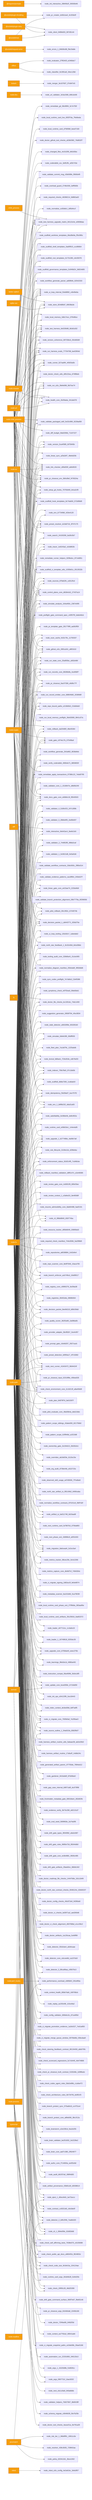
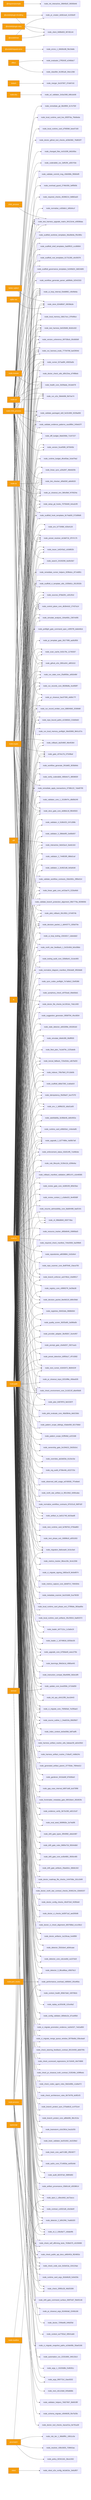
graph LR
  ext_inquirer_prompts_4d547149["@inquirer/prompts"] --> node_init_interactive_28845b2f_39350b46
  ext_octokit_plugin_retry_c9aecc53["@octokit/plugin-retry"] --> node_client_948fe603_907d5144
  ext_octokit_plugin_throttling_7909ece3["@octokit/plugin-throttling"] --> node_client_948fe603_907d5144
  ext_octokit_plugin_throttling_7909ece3["@octokit/plugin-throttling"] --> node_pr_creator_dc6b1ea4_4c333e0f
  ext_octokit_request_error_98ae13cc["@octokit/request-error"] --> node_errors_1_84b56c88_f9e19a8e
  ext_octokit_rest_c6e4d192["@octokit/rest"] --> node_client_948fe603_907d5144
  ext_octokit_rest_c6e4d192["@octokit/rest"] --> node_pr_creator_dc6b1ea4_4c333e0f
  ext_better_sqlite3_d7ed8f1a["better-sqlite3"] --> node_store_824d80d7_69038a3e
  ext_child_process_4845fa97["child_process"] --> node_test_harness_upgrade_matrix_84113c4e_e0838daa
  ext_diff_75a0ee1b["diff"] --> node_interactive_0eb42ac4_3ee6c3c6
  ext_effect_68d1dae1["effect"] --> node_classifier_fe1991a9_34ec128d
  ext_effect_68d1dae1["effect"] --> node_evaluator_27f6343f_e2466dc7
  ext_fs_3f4bb586["fs"] --> node_doctor_file_checks_bc1301dc_74dc1400
  ext_lodash_901466a5["lodash"] --> node_merger_3e167607_07e847e5
  ext_node_child_process_f62b7d19["node:child_process"] --> node_branch_enforcer_acb749cd_10e89517
  ext_node_child_process_f62b7d19["node:child_process"] --> node_changed_files_4c0102f6_bfd165bc
  ext_node_child_process_f62b7d19["node:child_process"] --> node_check_environment_core_2c16213f_a8a456d9
  ext_node_child_process_f62b7d19["node:child_process"] --> node_ci_migrate_core_7005b5af_7e295ae3
  ext_node_child_process_f62b7d19["node:child_process"] --> node_control_plane_core_db3b4cb2_27437a14
  ext_node_child_process_f62b7d19["node:child_process"] --> node_diff_budget_9da0268d_71167227
  ext_node_child_process_f62b7d19["node:child_process"] --> node_docs_gate_core_eb9b6c18_f8540503
  ext_node_child_process_f62b7d19["node:child_process"] --> node_doctor_check_utils_d0fc22ea_d74f86eb
  ext_node_child_process_f62b7d19["node:child_process"] --> node_doctor_github_tool_checks_a53b0382_76d832f7
  ext_node_child_process_f62b7d19["node:child_process"] --> node_github_e2e_2891a341_af6f1610
  ext_node_child_process_f62b7d19["node:child_process"] --> node_health_core_2b2fdada_341de678
  ext_node_child_process_f62b7d19["node:child_process"] --> node_linear_gate_core_a415ae74_222bd4b9
  ext_node_child_process_f62b7d19["node:child_process"] --> node_link_checker_d0fa555f_abfe9020
  ext_node_child_process_f62b7d19["node:child_process"] --> node_local_memory_0db17ecc_97fe98ce
  ext_node_child_process_f62b7d19["node:child_process"] --> node_local_runtime_card_d7fd59bf_beed7160
  ext_node_child_process_f62b7d19["node:child_process"] --> node_local_runtime_card_live_65f2f7da_7feb6eda
  ext_node_child_process_f62b7d19["node:child_process"] --> node_next_runner_41643472_9b94424f
  ext_node_child_process_f62b7d19["node:child_process"] --> node_pr_closeout_0ac07306_e8d9c77f
  ext_node_child_process_f62b7d19["node:child_process"] --> node_pr_closeout_env_9bfcd9ef_f476024a
  ext_node_child_process_f62b7d19["node:child_process"] --> node_remediate_git_58c6f6f4_3c7e755f
  ext_node_child_process_f62b7d19["node:child_process"] --> node_run_e2e_39efe696_fb07ee74
  ext_node_child_process_f62b7d19["node:child_process"] --> node_run_harness_evals_77704768_ba42904d
  ext_node_child_process_f62b7d19["node:child_process"] --> node_runner_527aa9f4_40925a5b
  ext_node_child_process_f62b7d19["node:child_process"] --> node_scaffold_hook_templates_8c74ab50_572d99d9
  ext_node_child_process_f62b7d19["node:child_process"] --> node_search_24193290_6a30c5b7
  ext_node_child_process_f62b7d19["node:child_process"] --> node_setup_git_hooks_70750d40_b4ca2cf9
  ext_node_child_process_f62b7d19["node:child_process"] --> node_test_harness_6e520b98_6b3d1d32
  ext_node_child_process_f62b7d19["node:child_process"] --> node_test_harness_upgrade_matrix_84113c4e_e0838daa
  ext_node_child_process_f62b7d19["node:child_process"] --> node_ui_loop_internal_f2eb8892_c4b49e6a
  ext_node_child_process_f62b7d19["node:child_process"] --> node_validate_commit_msg_43b008fe_f9560ef9
+   ext_node_child_process_f62b7d19["node:child_process"] --> node_validate_evidence_patterns_cacd9fb4_240eb37f
  ext_node_child_process_f62b7d19["node:child_process"] --> node_validate_packaged_skill_5e32c890_9228ad58
  ext_node_child_process_f62b7d19["node:child_process"] --> node_version_coherence_69733bcb_00c8d5d9
  ext_node_crypto_c7dfc512["node:crypto"] --> node_artifact_io_ba511748_6d1faad8
  ext_node_crypto_c7dfc512["node:crypto"] --> node_check_environment_core_2c16213f_a8a456d9
  ext_node_crypto_c7dfc512["node:crypto"] --> node_ci_migrate_signing_2d82ac3f_9e5e8974
  ext_node_crypto_c7dfc512["node:crypto"] --> node_control_plane_core_db3b4cb2_27437a14
  ext_node_crypto_c7dfc512["node:crypto"] --> node_decision_packet_1_dd443771_92fa570e
  ext_node_crypto_c7dfc512["node:crypto"] --> node_decision_packet_8ee9d119_b89c59dd
  ext_node_crypto_c7dfc512["node:crypto"] --> node_docs_gate_core_eb9b6c18_f8540503
  ext_node_crypto_c7dfc512["node:crypto"] --> node_enforcement_status_92d314f5_7cd48cbe
  ext_node_crypto_c7dfc512["node:crypto"] --> node_env_b77349bf_420e4120
  ext_node_crypto_c7dfc512["node:crypto"] --> node_gate_c974e17b_07549baf
  ext_node_crypto_c7dfc512["node:crypto"] --> node_idempotency_f5d39a07_bce757f2
  ext_node_crypto_c7dfc512["node:crypto"] --> node_indexer_70fa78e5_97c1bb0b
  ext_node_crypto_c7dfc512["node:crypto"] --> node_lexical_fallback_723e2b3e_cdb7bd33
  ext_node_crypto_c7dfc512["node:crypto"] --> node_linear_sync_a2fa2bf7_48e6d20b
  ext_node_crypto_c7dfc512["node:crypto"] --> node_link_checker_d0fa555f_abfe9020
  ext_node_crypto_c7dfc512["node:crypto"] --> node_migration_8a6cead4_3c3cc0a4
  ext_node_crypto_c7dfc512["node:crypto"] --> node_normalise_cc83ddc1_b95d4ccf
  ext_node_crypto_c7dfc512["node:crypto"] --> node_normalize_diagram_manifest_259cbddf_3f92b8d6
  ext_node_crypto_c7dfc512["node:crypto"] --> node_north_star_feedback_1_9c32c60d_b0cd38dc
  ext_node_crypto_c7dfc512["node:crypto"] --> node_pilot_rollback_00c1f82c_b744974b
  ext_node_crypto_c7dfc512["node:crypto"] --> node_preset_resolver_dc3dd716_3f747c75
  ext_node_crypto_c7dfc512["node:crypto"] --> node_remediate_apply_transactions_0738b122_7ebd0795
  ext_node_crypto_c7dfc512["node:crypto"] --> node_required_checks_46396214_9d882ad3
  ext_node_crypto_c7dfc512["node:crypto"] --> node_rollback_da25480f_48e45364
  ext_node_crypto_c7dfc512["node:crypto"] --> node_run_record_emitter_core_688049d5_2036fd6f
  ext_node_crypto_c7dfc512["node:crypto"] --> node_run_records_core_89286dfa_4ce958f7
  ext_node_crypto_c7dfc512["node:crypto"] --> node_run_state_core_25a955bc_a562e9bf
  ext_node_crypto_c7dfc512["node:crypto"] --> node_scan_cache_fc02c79c_11793337
  ext_node_crypto_c7dfc512["node:crypto"] --> node_simulate_analysis_164a460c_2367e095
  ext_node_crypto_c7dfc512["node:crypto"] --> node_sources_878a52fc_cd312fcd
  ext_node_crypto_c7dfc512["node:crypto"] --> node_test_harness_upgrade_matrix_84113c4e_e0838daa
  ext_node_crypto_c7dfc512["node:crypto"] --> node_tracer_1e6243a2_cb3d802b
  ext_node_crypto_c7dfc512["node:crypto"] --> node_ui_loop_internal_f2eb8892_c4b49e6a
  ext_node_crypto_c7dfc512["node:crypto"] --> node_upgrade_1_b277486e_4a06b7a8
  ext_node_dns_828a0bbf["node:dns"] --> node_url_validator_3c5a1568_b9b1dc66
  ext_node_fs_a15b7d96["node:fs"] --> node_artifact_io_ba511748_6d1faad8
  ext_node_fs_a15b7d96["node:fs"] --> node_artifact_provenance_03b81cbf_d3038614
  ext_node_fs_a15b7d96["node:fs"] --> node_audit_b81f37a0_398f4d93
  ext_node_fs_a15b7d96["node:fs"] --> node_authz_core_f714650a_ee0f2e9d
  ext_node_fs_a15b7d96["node:fs"] --> node_brain_core_aa07c380_2f924977
  ext_node_fs_a15b7d96["node:fs"] --> node_brain_validator_be251832_2e2228e2
  ext_node_fs_a15b7d96["node:fs"] --> node_brainstorm_e2e2381d_fea1b255
  ext_node_fs_a15b7d96["node:fs"] --> node_branch_enforcer_acb749cd_10e89517
  ext_node_fs_a15b7d96["node:fs"] --> node_branch_protect_core_a8feb0fd_38c1f12a
  ext_node_fs_a15b7d96["node:fs"] --> node_branch_protect_sync_570adb18_cc4751e4
  ext_node_fs_a15b7d96["node:fs"] --> node_check_20f65c28_48d25399
  ext_node_fs_a15b7d96["node:fs"] --> node_check_architecture_rules_6b7347fd_dc8f2cf3
  ext_node_fs_a15b7d96["node:fs"] --> node_check_code_size_9c5efc3a_154124ae
  ext_node_fs_a15b7d96["node:fs"] --> node_check_codex_agent_roles_5bb2e89b_c1a9a472
  ext_node_fs_a15b7d96["node:fs"] --> node_check_environment_core_2c16213f_a8a456d9
  ext_node_fs_a15b7d96["node:fs"] --> node_check_pr_closeout_truth_contract_f135348c_b39f6edc
  ext_node_fs_a15b7d96["node:fs"] --> node_check_public_api_docs_a9604f1b_f824853c
  ext_node_fs_a15b7d96["node:fs"] --> node_check_scorecard_regressions_5c7c6445_4b474868
  ext_node_fs_a15b7d96["node:fs"] --> node_check_self_affirming_tests_7638e575_c6155698
  ext_node_fs_a15b7d96["node:fs"] --> node_check_steering_feedback_contract_80134459_abb076fc
  ext_node_fs_a15b7d96["node:fs"] --> node_ci_migrate_core_7005b5af_7e295ae3
  ext_node_fs_a15b7d96["node:fs"] --> node_ci_migrate_merge_queue_window_0070bd6d_03bcdaa9
  ext_node_fs_a15b7d96["node:fs"] --> node_ci_migrate_promotion_evidence_1a2dc527_7ed1a850
-   ext_node_fs_a15b7d96["node:fs"] --> node_cli_1_084e05fe_02d92b68
+   ext_node_fs_a15b7d96["node:fs"] --> node_cli_2_10bc8a77_c6dab4fb
  ext_node_fs_a15b7d96["node:fs"] --> node_cli_99bb8840_659774ba
  ext_node_fs_a15b7d96["node:fs"] --> node_config_validator_669ebc2e_d7ca485d
  ext_node_fs_a15b7d96["node:fs"] --> node_context_health_80bb7da9_169768cb
  ext_node_fs_a15b7d96["node:fs"] --> node_contract_cc8321d6_c0e3de0f
  ext_node_fs_a15b7d96["node:fs"] --> node_control_plane_core_db3b4cb2_27437a14
  ext_node_fs_a15b7d96["node:fs"] --> node_decision_packet_1_dd443771_92fa570e
  ext_node_fs_a15b7d96["node:fs"] --> node_decision_packet_8ee9d119_b89c59dd
  ext_node_fs_a15b7d96["node:fs"] --> node_detector_2_b0fc2f46_7ea6b320
  ext_node_fs_a15b7d96["node:fs"] --> node_detector_3_86ca96aa_c95676c3
  ext_node_fs_a15b7d96["node:fs"] --> node_detector_core_cdccee8d_ca107dc8
  ext_node_fs_a15b7d96["node:fs"] --> node_detector_f2b3cbe4_a0d4caae
  ext_node_fs_a15b7d96["node:fs"] --> node_diff_budget_9da0268d_71167227
  ext_node_fs_a15b7d96["node:fs"] --> node_docs_gate_core_eb9b6c18_f8540503
  ext_node_fs_a15b7d96["node:fs"] --> node_doctor_artifacts_1a126caa_fcefdf99
  ext_node_fs_a15b7d96["node:fs"] --> node_doctor_check_utils_d0fc22ea_d74f86eb
  ext_node_fs_a15b7d96["node:fs"] --> node_doctor_ci_check_alignment_d50768bd_e1cc59c2
  ext_node_fs_a15b7d96["node:fs"] --> node_doctor_ci_checks_bd3971a2_aed260d6
  ext_node_fs_a15b7d96["node:fs"] --> node_doctor_config_checks_49c872e0_f42fb5e8
  ext_node_fs_a15b7d96["node:fs"] --> node_doctor_file_checks_bc1301dc_74dc1400
  ext_node_fs_a15b7d96["node:fs"] --> node_doctor_north_star_contract_checks_0048124c_02b00237
  ext_node_fs_a15b7d96["node:fs"] --> node_doctor_roadmap_file_checks_14447b8e_2d1c2d49
  ext_node_fs_a15b7d96["node:fs"] --> node_drift_gate_artifacts_29aeb0cc_86b9c342
  ext_node_fs_a15b7d96["node:fs"] --> node_drift_gate_core_ec6b4881_9500c485
  ext_node_fs_a15b7d96["node:fs"] --> node_drift_gate_rules_9685e72d_95044db0
  ext_node_fs_a15b7d96["node:fs"] --> node_drift_gate_types_3f045f82_a9a3c987
  ext_node_fs_a15b7d96["node:fs"] --> node_eject_1_d0ecd4d1_ba72accc
  ext_node_fs_a15b7d96["node:fs"] --> node_enforcement_status_92d314f5_7cd48cbe
  ext_node_fs_a15b7d96["node:fs"] --> node_env_1_b6f6b232_dda31a93
  ext_node_fs_a15b7d96["node:fs"] --> node_env_b77349bf_420e4120
  ext_node_fs_a15b7d96["node:fs"] --> node_eval_seed_5699fd3e_2a74a5f6
  ext_node_fs_a15b7d96["node:fs"] --> node_evidence_verify_3b73c290_e82131d7
  ext_node_fs_a15b7d96["node:fs"] --> node_fleet_plan_7a1dd79c_1225abdb
  ext_node_fs_a15b7d96["node:fs"] --> node_frontmatter_metadata_gate_6901bbe4_282d02fe
  ext_node_fs_a15b7d96["node:fs"] --> node_gap_case_internal_b9871ddf_dcd73f98
  ext_node_fs_a15b7d96["node:fs"] --> node_gardener_9416a9df_87b06be0
  ext_node_fs_a15b7d96["node:fs"] --> node_gate_c974e17b_07549baf
  ext_node_fs_a15b7d96["node:fs"] --> node_generated_artifact_parent_1f7755de_7894ed12
  ext_node_fs_a15b7d96["node:fs"] --> node_github_e2e_2891a341_af6f1610
  ext_node_fs_a15b7d96["node:fs"] --> node_harness_artifact_routine_17afacff_14dbb24c
  ext_node_fs_a15b7d96["node:fs"] --> node_harness_artifact_routine_utils_5abaac59_ab2e20b3
  ext_node_fs_a15b7d96["node:fs"] --> node_health_core_2b2fdada_341de678
  ext_node_fs_a15b7d96["node:fs"] --> node_idempotency_f5d39a07_bce757f2
  ext_node_fs_a15b7d96["node:fs"] --> node_index_context_de3ed39d_6df7adf5
  ext_node_fs_a15b7d96["node:fs"] --> node_indexer_70fa78e5_97c1bb0b
  ext_node_fs_a15b7d96["node:fs"] --> node_init_ops_e54123f9_3ce18443
  ext_node_fs_a15b7d96["node:fs"] --> node_instruction_compat_06a469fd_3b3e1df0
  ext_node_fs_a15b7d96["node:fs"] --> node_interactive_0eb42ac4_3ee6c3c6
  ext_node_fs_a15b7d96["node:fs"] --> node_learnings_9feb3e1d_4980a445
  ext_node_fs_a15b7d96["node:fs"] --> node_lexical_fallback_723e2b3e_cdb7bd33
  ext_node_fs_a15b7d96["node:fs"] --> node_linear_gate_core_a415ae74_222bd4b9
  ext_node_fs_a15b7d96["node:fs"] --> node_linear_sync_a2fa2bf7_48e6d20b
  ext_node_fs_a15b7d96["node:fs"] --> node_link_checker_d0fa555f_abfe9020
  ext_node_fs_a15b7d96["node:fs"] --> node_loader_1_16749818_9255dc35
  ext_node_fs_a15b7d96["node:fs"] --> node_loader_d47712cc_1c3a0e19
  ext_node_fs_a15b7d96["node:fs"] --> node_local_memory_0db17ecc_97fe98ce
  ext_node_fs_a15b7d96["node:fs"] --> node_local_runtime_card_artifacts_35c25816_0ad02372
  ext_node_fs_a15b7d96["node:fs"] --> node_local_runtime_card_phase_exit_275ffa9a_383aa95e
  ext_node_fs_a15b7d96["node:fs"] --> node_metadata_scanner_6a101b66_5ca79039
  ext_node_fs_a15b7d96["node:fs"] --> node_metrics_capture_core_db4bf7cf_7494304c
  ext_node_fs_a15b7d96["node:fs"] --> node_metrics_tracker_98cec29c_9c4c2266
  ext_node_fs_a15b7d96["node:fs"] --> node_migration_8a6cead4_3c3cc0a4
  ext_node_fs_a15b7d96["node:fs"] --> node_next_phase_exit_1fd996c9_a5f31003
  ext_node_fs_a15b7d96["node:fs"] --> node_next_runner_41643472_9b94424f
  ext_node_fs_a15b7d96["node:fs"] --> node_next_runtime_card_fa7867b3_0756a883
  ext_node_fs_a15b7d96["node:fs"] --> node_normalize_diagram_manifest_259cbddf_3f92b8d6
  ext_node_fs_a15b7d96["node:fs"] --> node_normalize_workflow_contracts_8701f1c8_0fdf7d2f
  ext_node_fs_a15b7d96["node:fs"] --> node_north_star_artifact_io_9f2c34b2_6490caba
  ext_node_fs_a15b7d96["node:fs"] --> node_north_star_feedback_1_9c32c60d_b0cd38dc
  ext_node_fs_a15b7d96["node:fs"] --> node_observed_skill_usage_ed7d5930_7f7edbe6
  ext_node_fs_a15b7d96["node:fs"] --> node_org_audit_d739e44b_e522723c
  ext_node_fs_a15b7d96["node:fs"] --> node_overrides_ab2dd33e_6115e15e
  ext_node_fs_a15b7d96["node:fs"] --> node_ownership_gate_2e194d13_2b02b2e1
  ext_node_fs_a15b7d96["node:fs"] --> node_pattern_scope_61ff946d_a1f21fd8
  ext_node_fs_a15b7d96["node:fs"] --> node_pattern_scope_siblings_43abe000_821756b0
  ext_node_fs_a15b7d96["node:fs"] --> node_pilot_evaluate_core_48a59b4a_deb218dc
  ext_node_fs_a15b7d96["node:fs"] --> node_pilot_rollback_00c1f82c_b744974b
  ext_node_fs_a15b7d96["node:fs"] --> node_plan_64879f7d_9e01597f
  ext_node_fs_a15b7d96["node:fs"] --> node_pr_closeout_0ac07306_e8d9c77f
  ext_node_fs_a15b7d96["node:fs"] --> node_pr_closeout_env_9bfcd9ef_f476024a
  ext_node_fs_a15b7d96["node:fs"] --> node_pr_closeout_input_02319f8e_456ea535
  ext_node_fs_a15b7d96["node:fs"] --> node_pr_template_gate_281778f9_aa0b3f59
  ext_node_fs_a15b7d96["node:fs"] --> node_preflight_gate_command_spec_c45f57f0_bdeb46cb
  ext_node_fs_a15b7d96["node:fs"] --> node_preset_detection_b0f00a17_4f7c5082
  ext_node_fs_a15b7d96["node:fs"] --> node_preset_resolver_dc3dd716_3f747c75
  ext_node_fs_a15b7d96["node:fs"] --> node_prompt_gate_c5e9d207_2927cacb
  ext_node_fs_a15b7d96["node:fs"] --> node_provider_adapter_3bcf82b7_3ce4cf67
  ext_node_fs_a15b7d96["node:fs"] --> node_quality_scorer_362f2a90_2a086a0b
  ext_node_fs_a15b7d96["node:fs"] --> node_registries_06402afa_0868b564
  ext_node_fs_a15b7d96["node:fs"] --> node_registry_core_c9990279_3e2fda38
  ext_node_fs_a15b7d96["node:fs"] --> node_remediate_apply_transactions_0738b122_7ebd0795
  ext_node_fs_a15b7d96["node:fs"] --> node_remediate_runner_helpers_929fedcc_8714d951
  ext_node_fs_a15b7d96["node:fs"] --> node_repo_bound_paths_e218b5b3_216d0eb0
  ext_node_fs_a15b7d96["node:fs"] --> node_repo_scanner_core_8e9f7646_10aca705
  ext_node_fs_a15b7d96["node:fs"] --> node_repositories_a8038884_2c62efe4
  ext_node_fs_a15b7d96["node:fs"] --> node_required_check_manifest_744e3936_5a20f8d5
  ext_node_fs_a15b7d96["node:fs"] --> node_resource_tracker_d95b6649_20895bd3
  ext_node_fs_a15b7d96["node:fs"] --> node_resume_admissibility_core_8ab84488_faaf2191
  ext_node_fs_a15b7d96["node:fs"] --> node_review_context_1_e3afed15_9e46568f
  ext_node_fs_a15b7d96["node:fs"] --> node_review_gate_core_4c8001f9_809cf3ee
  ext_node_fs_a15b7d96["node:fs"] --> node_rollback_da25480f_48e45364
  ext_node_fs_a15b7d96["node:fs"] --> node_rollback_manifest_validation_d8f5147c_e2e46585
  ext_node_fs_a15b7d96["node:fs"] --> node_rule_lifecycle_3130e11b_d296efac
  ext_node_fs_a15b7d96["node:fs"] --> node_run_e2e_39efe696_fb07ee74
  ext_node_fs_a15b7d96["node:fs"] --> node_run_harness_evals_77704768_ba42904d
  ext_node_fs_a15b7d96["node:fs"] --> node_run_record_emitter_core_688049d5_2036fd6f
  ext_node_fs_a15b7d96["node:fs"] --> node_run_records_core_89286dfa_4ce958f7
  ext_node_fs_a15b7d96["node:fs"] --> node_run_state_core_25a955bc_a562e9bf
  ext_node_fs_a15b7d96["node:fs"] --> node_runner_527aa9f4_40925a5b
+   ext_node_fs_a15b7d96["node:fs"] --> node_runtime_budget_dfce83ae_5cbd79a2
  ext_node_fs_a15b7d96["node:fs"] --> node_runtime_card_e06b53e1_144e4a95
  ext_node_fs_a15b7d96["node:fs"] --> node_satisfiability_6c08de4b_de8c902a
  ext_node_fs_a15b7d96["node:fs"] --> node_scaffold_ci_template_utils_1035b61c_0513532b
  ext_node_fs_a15b7d96["node:fs"] --> node_scaffold_db8a7260_1ca6adc9
  ext_node_fs_a15b7d96["node:fs"] --> node_scaffold_governance_templates_5c949d24_3d624d65
  ext_node_fs_a15b7d96["node:fs"] --> node_scaffold_hook_templates_8c74ab50_572d99d9
  ext_node_fs_a15b7d96["node:fs"] --> node_scaffold_root_templates_61731280_c6c59378
  ext_node_fs_a15b7d96["node:fs"] --> node_scaffold_shell_templates_0ad0f915_ccc86664
  ext_node_fs_a15b7d96["node:fs"] --> node_scaffold_worktree_templates_66a38e9a_ff3c085c
  ext_node_fs_a15b7d96["node:fs"] --> node_scan_cache_fc02c79c_11793337
  ext_node_fs_a15b7d96["node:fs"] --> node_setup_git_hooks_70750d40_b4ca2cf9
  ext_node_fs_a15b7d96["node:fs"] --> node_simulate_analysis_164a460c_2367e095
  ext_node_fs_a15b7d96["node:fs"] --> node_simulate_b9efe395_90dff935
  ext_node_fs_a15b7d96["node:fs"] --> node_source_outline_1_54a631fa_8582fb07
  ext_node_fs_a15b7d96["node:fs"] --> node_sources_878a52fc_cd312fcd
  ext_node_fs_a15b7d96["node:fs"] --> node_stale_detector_a563289e_653281b0
  ext_node_fs_a15b7d96["node:fs"] --> node_store_824d80d7_69038a3e
  ext_node_fs_a15b7d96["node:fs"] --> node_suggestion_generator_0956f794_4fce3834
  ext_node_fs_a15b7d96["node:fs"] --> node_symphony_check_e97f2ea0_09eb5bd1
  ext_node_fs_a15b7d96["node:fs"] --> node_sync_codex_preflight_7e7a8dc2_f2ef0386
  ext_node_fs_a15b7d96["node:fs"] --> node_test_harness_6e520b98_6b3d1d32
  ext_node_fs_a15b7d96["node:fs"] --> node_test_harness_upgrade_matrix_84113c4e_e0838daa
  ext_node_fs_a15b7d96["node:fs"] --> node_tooling_audit_core_328d6a41_01cbc905
  ext_node_fs_a15b7d96["node:fs"] --> node_tracer_1e6243a2_cb3d802b
  ext_node_fs_a15b7d96["node:fs"] --> node_ui_loop_internal_f2eb8892_c4b49e6a
  ext_node_fs_a15b7d96["node:fs"] --> node_ui_loop_tooling_12b2d2c7_1abedab2
  ext_node_fs_a15b7d96["node:fs"] --> node_update_core_bced358c_b710dd59
  ext_node_fs_a15b7d96["node:fs"] --> node_upgrade_1_b277486e_4a06b7a8
  ext_node_fs_a15b7d96["node:fs"] --> node_upgrade_core_b759da40_eeec275b
  ext_node_fs_a15b7d96["node:fs"] --> node_validate_branch_protection_alignment_09b7779a_6f299056
  ext_node_fs_a15b7d96["node:fs"] --> node_validate_commit_msg_43b008fe_f9560ef9
  ext_node_fs_a15b7d96["node:fs"] --> node_validate_evidence_patterns_cacd9fb4_240eb37f
  ext_node_fs_a15b7d96["node:fs"] --> node_validate_packaged_skill_5e32c890_9228ad58
  ext_node_fs_a15b7d96["node:fs"] --> node_validate_workflow_contracts_33dc063c_2f80e314
  ext_node_fs_a15b7d96["node:fs"] --> node_validator_1_0c0621d8_0e5afcb6
  ext_node_fs_a15b7d96["node:fs"] --> node_validator_2_744853f5_98bb2caf
  ext_node_fs_a15b7d96["node:fs"] --> node_validator_3_28b6e9f3_2ed5b007
  ext_node_fs_a15b7d96["node:fs"] --> node_validator_4_5180cf23_247c289b
  ext_node_fs_a15b7d96["node:fs"] --> node_validator_core_1_1518647e_d8d0b249
  ext_node_fs_a15b7d96["node:fs"] --> node_verify_coderabbit_490b4e71_8859655f
  ext_node_fs_a15b7d96["node:fs"] --> node_version_5ca4f385_fd75945b
  ext_node_fs_a15b7d96["node:fs"] --> node_version_coherence_69733bcb_00c8d5d9
  ext_node_fs_a15b7d96["node:fs"] --> node_workflow_generate_2fc0af62_803bbfeb
  ext_node_fs_a15b7d96["node:fs"] --> node_workflow_generate_parser_ad69fefe_62542333
  ext_node_module_ca1b42af["node:module"] --> node_health_core_2b2fdada_341de678
  ext_node_os_d93fe73a["node:os"] --> node_env_1_b6f6b232_dda31a93
  ext_node_os_d93fe73a["node:os"] --> node_github_e2e_2891a341_af6f1610
  ext_node_os_d93fe73a["node:os"] --> node_link_checker_d0fa555f_abfe9020
  ext_node_os_d93fe73a["node:os"] --> node_overload_guard_2748c559_3eff560b
  ext_node_os_d93fe73a["node:os"] --> node_performance_overload_c685bfcf_291ef65a
  ext_node_os_d93fe73a["node:os"] --> node_pr_closeout_env_9bfcd9ef_f476024a
  ext_node_os_d93fe73a["node:os"] --> node_runner_527aa9f4_40925a5b
  ext_node_os_d93fe73a["node:os"] --> node_test_harness_6e520b98_6b3d1d32
  ext_node_os_d93fe73a["node:os"] --> node_test_harness_upgrade_matrix_84113c4e_e0838daa
  ext_node_path_78811c13["node:path"] --> node_args_090772cf_1bac9202
  ext_node_path_78811c13["node:path"] --> node_args_1_15220d9b_f1d9281c
  ext_node_path_78811c13["node:path"] --> node_artifact_io_ba511748_6d1faad8
  ext_node_path_78811c13["node:path"] --> node_artifact_provenance_03b81cbf_d3038614
  ext_node_path_78811c13["node:path"] --> node_audit_b81f37a0_398f4d93
  ext_node_path_78811c13["node:path"] --> node_authz_core_f714650a_ee0f2e9d
  ext_node_path_78811c13["node:path"] --> node_automation_run_22331800_346133c3
  ext_node_path_78811c13["node:path"] --> node_brain_core_aa07c380_2f924977
  ext_node_path_78811c13["node:path"] --> node_brain_validator_be251832_2e2228e2
  ext_node_path_78811c13["node:path"] --> node_brainstorm_e2e2381d_fea1b255
  ext_node_path_78811c13["node:path"] --> node_branch_enforcer_acb749cd_10e89517
  ext_node_path_78811c13["node:path"] --> node_branch_protect_core_a8feb0fd_38c1f12a
  ext_node_path_78811c13["node:path"] --> node_branch_protect_sync_570adb18_cc4751e4
  ext_node_path_78811c13["node:path"] --> node_check_20f65c28_48d25399
  ext_node_path_78811c13["node:path"] --> node_check_architecture_rules_6b7347fd_dc8f2cf3
  ext_node_path_78811c13["node:path"] --> node_check_code_size_9c5efc3a_154124ae
  ext_node_path_78811c13["node:path"] --> node_check_codex_agent_roles_5bb2e89b_c1a9a472
  ext_node_path_78811c13["node:path"] --> node_check_environment_core_2c16213f_a8a456d9
  ext_node_path_78811c13["node:path"] --> node_check_pr_closeout_truth_contract_f135348c_b39f6edc
  ext_node_path_78811c13["node:path"] --> node_check_public_api_docs_a9604f1b_f824853c
  ext_node_path_78811c13["node:path"] --> node_check_scorecard_regressions_5c7c6445_4b474868
  ext_node_path_78811c13["node:path"] --> node_check_self_affirming_tests_7638e575_c6155698
  ext_node_path_78811c13["node:path"] --> node_check_steering_feedback_contract_80134459_abb076fc
  ext_node_path_78811c13["node:path"] --> node_ci_migrate_core_7005b5af_7e295ae3
  ext_node_path_78811c13["node:path"] --> node_ci_migrate_merge_queue_window_0070bd6d_03bcdaa9
  ext_node_path_78811c13["node:path"] --> node_ci_migrate_promotion_evidence_1a2dc527_7ed1a850
  ext_node_path_78811c13["node:path"] --> node_ci_migrate_snapshot_paths_a10de06b_30ae5166
-   ext_node_path_78811c13["node:path"] --> node_cli_1_084e05fe_02d92b68
+   ext_node_path_78811c13["node:path"] --> node_cli_2_10bc8a77_c6dab4fb
  ext_node_path_78811c13["node:path"] --> node_cli_99bb8840_659774ba
  ext_node_path_78811c13["node:path"] --> node_config_validator_669ebc2e_d7ca485d
  ext_node_path_78811c13["node:path"] --> node_context_ea7792a2_08541ab6
  ext_node_path_78811c13["node:path"] --> node_context_health_80bb7da9_169768cb
  ext_node_path_78811c13["node:path"] --> node_contract_cc8321d6_c0e3de0f
  ext_node_path_78811c13["node:path"] --> node_control_plane_core_db3b4cb2_27437a14
  ext_node_path_78811c13["node:path"] --> node_decision_packet_1_dd443771_92fa570e
  ext_node_path_78811c13["node:path"] --> node_decision_packet_8ee9d119_b89c59dd
  ext_node_path_78811c13["node:path"] --> node_detector_2_b0fc2f46_7ea6b320
  ext_node_path_78811c13["node:path"] --> node_detector_3_86ca96aa_c95676c3
  ext_node_path_78811c13["node:path"] --> node_detector_core_cdccee8d_ca107dc8
  ext_node_path_78811c13["node:path"] --> node_detector_f2b3cbe4_a0d4caae
  ext_node_path_78811c13["node:path"] --> node_docs_gate_core_eb9b6c18_f8540503
  ext_node_path_78811c13["node:path"] --> node_doctor_72f4be89_04fd2f3d
  ext_node_path_78811c13["node:path"] --> node_doctor_artifacts_1a126caa_fcefdf99
  ext_node_path_78811c13["node:path"] --> node_doctor_ci_check_alignment_d50768bd_e1cc59c2
  ext_node_path_78811c13["node:path"] --> node_doctor_ci_checks_bd3971a2_aed260d6
  ext_node_path_78811c13["node:path"] --> node_doctor_config_checks_49c872e0_f42fb5e8
  ext_node_path_78811c13["node:path"] --> node_doctor_file_checks_bc1301dc_74dc1400
  ext_node_path_78811c13["node:path"] --> node_doctor_north_star_contract_checks_0048124c_02b00237
  ext_node_path_78811c13["node:path"] --> node_doctor_roadmap_file_checks_14447b8e_2d1c2d49
  ext_node_path_78811c13["node:path"] --> node_drift_gate_artifacts_29aeb0cc_86b9c342
  ext_node_path_78811c13["node:path"] --> node_drift_gate_command_surface_060f7e67_f8e83146
  ext_node_path_78811c13["node:path"] --> node_drift_gate_core_ec6b4881_9500c485
  ext_node_path_78811c13["node:path"] --> node_drift_gate_rules_9685e72d_95044db0
  ext_node_path_78811c13["node:path"] --> node_drift_gate_types_3f045f82_a9a3c987
  ext_node_path_78811c13["node:path"] --> node_eject_1_d0ecd4d1_ba72accc
  ext_node_path_78811c13["node:path"] --> node_enforcement_status_92d314f5_7cd48cbe
  ext_node_path_78811c13["node:path"] --> node_env_1_b6f6b232_dda31a93
  ext_node_path_78811c13["node:path"] --> node_eval_seed_5699fd3e_2a74a5f6
  ext_node_path_78811c13["node:path"] --> node_evidence_verify_3b73c290_e82131d7
  ext_node_path_78811c13["node:path"] --> node_frontmatter_metadata_gate_6901bbe4_282d02fe
  ext_node_path_78811c13["node:path"] --> node_gap_case_internal_b9871ddf_dcd73f98
  ext_node_path_78811c13["node:path"] --> node_gardener_9416a9df_87b06be0
  ext_node_path_78811c13["node:path"] --> node_gate_c974e17b_07549baf
  ext_node_path_78811c13["node:path"] --> node_generated_artifact_parent_1f7755de_7894ed12
  ext_node_path_78811c13["node:path"] --> node_github_e2e_2891a341_af6f1610
  ext_node_path_78811c13["node:path"] --> node_harness_artifact_routine_17afacff_14dbb24c
  ext_node_path_78811c13["node:path"] --> node_harness_artifact_routine_utils_5abaac59_ab2e20b3
  ext_node_path_78811c13["node:path"] --> node_health_core_2b2fdada_341de678
  ext_node_path_78811c13["node:path"] --> node_idempotency_f5d39a07_bce757f2
  ext_node_path_78811c13["node:path"] --> node_index_context_de3ed39d_6df7adf5
  ext_node_path_78811c13["node:path"] --> node_indexer_70fa78e5_97c1bb0b
  ext_node_path_78811c13["node:path"] --> node_init_ops_e54123f9_3ce18443
  ext_node_path_78811c13["node:path"] --> node_instruction_compat_06a469fd_3b3e1df0
  ext_node_path_78811c13["node:path"] --> node_interactive_0eb42ac4_3ee6c3c6
  ext_node_path_78811c13["node:path"] --> node_learnings_9feb3e1d_4980a445
  ext_node_path_78811c13["node:path"] --> node_lexical_fallback_723e2b3e_cdb7bd33
  ext_node_path_78811c13["node:path"] --> node_linear_gate_core_a415ae74_222bd4b9
  ext_node_path_78811c13["node:path"] --> node_link_checker_d0fa555f_abfe9020
  ext_node_path_78811c13["node:path"] --> node_loader_1_16749818_9255dc35
  ext_node_path_78811c13["node:path"] --> node_loader_d47712cc_1c3a0e19
  ext_node_path_78811c13["node:path"] --> node_local_runtime_card_artifacts_35c25816_0ad02372
  ext_node_path_78811c13["node:path"] --> node_local_runtime_card_phase_exit_275ffa9a_383aa95e
  ext_node_path_78811c13["node:path"] --> node_metadata_scanner_6a101b66_5ca79039
  ext_node_path_78811c13["node:path"] --> node_metrics_capture_core_db4bf7cf_7494304c
  ext_node_path_78811c13["node:path"] --> node_metrics_tracker_98cec29c_9c4c2266
  ext_node_path_78811c13["node:path"] --> node_migration_8a6cead4_3c3cc0a4
  ext_node_path_78811c13["node:path"] --> node_next_phase_exit_1fd996c9_a5f31003
  ext_node_path_78811c13["node:path"] --> node_next_runner_41643472_9b94424f
  ext_node_path_78811c13["node:path"] --> node_next_runtime_card_fa7867b3_0756a883
  ext_node_path_78811c13["node:path"] --> node_normalize_diagram_manifest_259cbddf_3f92b8d6
  ext_node_path_78811c13["node:path"] --> node_normalize_workflow_contracts_8701f1c8_0fdf7d2f
  ext_node_path_78811c13["node:path"] --> node_north_star_artifact_io_9f2c34b2_6490caba
  ext_node_path_78811c13["node:path"] --> node_north_star_feedback_1_9c32c60d_b0cd38dc
  ext_node_path_78811c13["node:path"] --> node_observed_skill_usage_ed7d5930_7f7edbe6
  ext_node_path_78811c13["node:path"] --> node_org_audit_d739e44b_e522723c
  ext_node_path_78811c13["node:path"] --> node_overrides_ab2dd33e_6115e15e
  ext_node_path_78811c13["node:path"] --> node_ownership_gate_2e194d13_2b02b2e1
  ext_node_path_78811c13["node:path"] --> node_pattern_scope_61ff946d_a1f21fd8
  ext_node_path_78811c13["node:path"] --> node_pattern_scope_siblings_43abe000_821756b0
  ext_node_path_78811c13["node:path"] --> node_pilot_evaluate_core_48a59b4a_deb218dc
  ext_node_path_78811c13["node:path"] --> node_pilot_rollback_00c1f82c_b744974b
  ext_node_path_78811c13["node:path"] --> node_plan_64879f7d_9e01597f
  ext_node_path_78811c13["node:path"] --> node_pr_closeout_0ac07306_e8d9c77f
  ext_node_path_78811c13["node:path"] --> node_pr_closeout_args_8164b0a8_2240b166
  ext_node_path_78811c13["node:path"] --> node_pr_closeout_env_9bfcd9ef_f476024a
  ext_node_path_78811c13["node:path"] --> node_pr_closeout_input_02319f8e_456ea535
  ext_node_path_78811c13["node:path"] --> node_preset_detection_b0f00a17_4f7c5082
  ext_node_path_78811c13["node:path"] --> node_preset_resolver_dc3dd716_3f747c75
  ext_node_path_78811c13["node:path"] --> node_prompt_gate_c5e9d207_2927cacb
  ext_node_path_78811c13["node:path"] --> node_provider_adapter_3bcf82b7_3ce4cf67
  ext_node_path_78811c13["node:path"] --> node_quality_scorer_362f2a90_2a086a0b
  ext_node_path_78811c13["node:path"] --> node_registries_06402afa_0868b564
  ext_node_path_78811c13["node:path"] --> node_registry_core_c9990279_3e2fda38
  ext_node_path_78811c13["node:path"] --> node_remediate_apply_transactions_0738b122_7ebd0795
  ext_node_path_78811c13["node:path"] --> node_replay_ac203c98_115ce9a2
  ext_node_path_78811c13["node:path"] --> node_repo_bound_paths_e218b5b3_216d0eb0
  ext_node_path_78811c13["node:path"] --> node_repo_scanner_core_8e9f7646_10aca705
  ext_node_path_78811c13["node:path"] --> node_repositories_a8038884_2c62efe4
  ext_node_path_78811c13["node:path"] --> node_required_check_manifest_744e3936_5a20f8d5
  ext_node_path_78811c13["node:path"] --> node_resource_tracker_d95b6649_20895bd3
  ext_node_path_78811c13["node:path"] --> node_resume_admissibility_core_8ab84488_faaf2191
  ext_node_path_78811c13["node:path"] --> node_review_context_1_e3afed15_9e46568f
  ext_node_path_78811c13["node:path"] --> node_review_gate_core_4c8001f9_809cf3ee
  ext_node_path_78811c13["node:path"] --> node_rollback_da25480f_48e45364
  ext_node_path_78811c13["node:path"] --> node_rollback_manifest_validation_d8f5147c_e2e46585
  ext_node_path_78811c13["node:path"] --> node_rule_lifecycle_3130e11b_d296efac
  ext_node_path_78811c13["node:path"] --> node_run_e2e_39efe696_fb07ee74
  ext_node_path_78811c13["node:path"] --> node_run_harness_evals_77704768_ba42904d
  ext_node_path_78811c13["node:path"] --> node_run_local_memory_preflight_36e92808_9841c57a
  ext_node_path_78811c13["node:path"] --> node_run_record_emitter_core_688049d5_2036fd6f
  ext_node_path_78811c13["node:path"] --> node_run_records_core_89286dfa_4ce958f7
  ext_node_path_78811c13["node:path"] --> node_run_state_core_25a955bc_a562e9bf
  ext_node_path_78811c13["node:path"] --> node_runner_527aa9f4_40925a5b
  ext_node_path_78811c13["node:path"] --> node_runtime_card_args_2b3d4b28_5cfe029c
  ext_node_path_78811c13["node:path"] --> node_runtime_card_e06b53e1_144e4a95
  ext_node_path_78811c13["node:path"] --> node_satisfiability_6c08de4b_de8c902a
  ext_node_path_78811c13["node:path"] --> node_scaffold_ci_template_utils_1035b61c_0513532b
  ext_node_path_78811c13["node:path"] --> node_scaffold_db8a7260_1ca6adc9
  ext_node_path_78811c13["node:path"] --> node_scaffold_hook_templates_8c74ab50_572d99d9
  ext_node_path_78811c13["node:path"] --> node_scan_cache_fc02c79c_11793337
  ext_node_path_78811c13["node:path"] --> node_search_24193290_6a30c5b7
  ext_node_path_78811c13["node:path"] --> node_setup_git_hooks_70750d40_b4ca2cf9
  ext_node_path_78811c13["node:path"] --> node_simulate_analysis_164a460c_2367e095
  ext_node_path_78811c13["node:path"] --> node_simulate_b9efe395_90dff935
  ext_node_path_78811c13["node:path"] --> node_source_outline_1_54a631fa_8582fb07
  ext_node_path_78811c13["node:path"] --> node_sources_878a52fc_cd312fcd
  ext_node_path_78811c13["node:path"] --> node_stale_detector_a563289e_653281b0
  ext_node_path_78811c13["node:path"] --> node_store_824d80d7_69038a3e
  ext_node_path_78811c13["node:path"] --> node_suggestion_generator_0956f794_4fce3834
  ext_node_path_78811c13["node:path"] --> node_symphony_check_e97f2ea0_09eb5bd1
  ext_node_path_78811c13["node:path"] --> node_sync_codex_preflight_7e7a8dc2_f2ef0386
  ext_node_path_78811c13["node:path"] --> node_test_harness_6e520b98_6b3d1d32
  ext_node_path_78811c13["node:path"] --> node_test_harness_upgrade_matrix_84113c4e_e0838daa
  ext_node_path_78811c13["node:path"] --> node_tooling_audit_core_328d6a41_01cbc905
  ext_node_path_78811c13["node:path"] --> node_tracer_1e6243a2_cb3d802b
  ext_node_path_78811c13["node:path"] --> node_ui_loop_internal_f2eb8892_c4b49e6a
  ext_node_path_78811c13["node:path"] --> node_ui_loop_tooling_12b2d2c7_1abedab2
  ext_node_path_78811c13["node:path"] --> node_update_core_bced358c_b710dd59
  ext_node_path_78811c13["node:path"] --> node_upgrade_1_b277486e_4a06b7a8
  ext_node_path_78811c13["node:path"] --> node_upgrade_core_b759da40_eeec275b
  ext_node_path_78811c13["node:path"] --> node_validate_branch_protection_alignment_09b7779a_6f299056
  ext_node_path_78811c13["node:path"] --> node_validate_evidence_patterns_cacd9fb4_240eb37f
  ext_node_path_78811c13["node:path"] --> node_validate_packaged_skill_5e32c890_9228ad58
  ext_node_path_78811c13["node:path"] --> node_validate_workflow_contracts_33dc063c_2f80e314
  ext_node_path_78811c13["node:path"] --> node_validator_1_0c0621d8_0e5afcb6
  ext_node_path_78811c13["node:path"] --> node_validator_2_744853f5_98bb2caf
  ext_node_path_78811c13["node:path"] --> node_validator_3_28b6e9f3_2ed5b007
  ext_node_path_78811c13["node:path"] --> node_validator_4_5180cf23_247c289b
  ext_node_path_78811c13["node:path"] --> node_validator_core_1_1518647e_d8d0b249
  ext_node_path_78811c13["node:path"] --> node_verify_coderabbit_490b4e71_8859655f
  ext_node_path_78811c13["node:path"] --> node_version_5ca4f385_fd75945b
  ext_node_path_78811c13["node:path"] --> node_version_coherence_69733bcb_00c8d5d9
  ext_node_path_78811c13["node:path"] --> node_workflow_generate_2fc0af62_803bbfeb
  ext_node_perf_hooks_906292ff["node:perf_hooks"] --> node_performance_overload_c685bfcf_291ef65a
  ext_node_process_00cdf119["node:process"] --> node_args_090772cf_1bac9202
  ext_node_process_00cdf119["node:process"] --> node_check_20f65c28_48d25399
  ext_node_process_00cdf119["node:process"] --> node_ci_migrate_core_7005b5af_7e295ae3
  ext_node_process_00cdf119["node:process"] --> node_ci_migrate_signing_2d82ac3f_9e5e8974
-   ext_node_process_00cdf119["node:process"] --> node_cli_1_084e05fe_02d92b68
+   ext_node_process_00cdf119["node:process"] --> node_cli_2_10bc8a77_c6dab4fb
  ext_node_process_00cdf119["node:process"] --> node_contract_cc8321d6_c0e3de0f
  ext_node_process_00cdf119["node:process"] --> node_next_c6c1c9a9_040a8dbb
  ext_node_process_00cdf119["node:process"] --> node_next_runner_41643472_9b94424f
  ext_node_process_00cdf119["node:process"] --> node_performance_overload_c685bfcf_291ef65a
  ext_node_process_00cdf119["node:process"] --> node_pr_closeout_args_8164b0a8_2240b166
  ext_node_process_00cdf119["node:process"] --> node_runtime_card_args_2b3d4b28_5cfe029c
  ext_node_process_00cdf119["node:process"] --> node_upgrade_core_b759da40_eeec275b
  ext_node_readline_bb6096cc["node:readline"] --> node_eject_1_d0ecd4d1_ba72accc
  ext_node_url_d0cb3ad7["node:url"] --> node_cli_99bb8840_659774ba
  ext_node_url_d0cb3ad7["node:url"] --> node_coderabbit_csv_3ef61ffc_af2b743e
  ext_node_url_d0cb3ad7["node:url"] --> node_control_plane_core_db3b4cb2_27437a14
  ext_node_url_d0cb3ad7["node:url"] --> node_decision_packet_1_dd443771_92fa570e
  ext_node_url_d0cb3ad7["node:url"] --> node_gate_c974e17b_07549baf
  ext_node_url_d0cb3ad7["node:url"] --> node_health_core_2b2fdada_341de678
  ext_node_url_d0cb3ad7["node:url"] --> node_preset_resolver_dc3dd716_3f747c75
  ext_node_url_d0cb3ad7["node:url"] --> node_repo_bound_paths_e218b5b3_216d0eb0
  ext_node_url_d0cb3ad7["node:url"] --> node_run_e2e_39efe696_fb07ee74
  ext_node_url_d0cb3ad7["node:url"] --> node_run_harness_evals_77704768_ba42904d
  ext_node_url_d0cb3ad7["node:url"] --> node_run_local_memory_preflight_36e92808_9841c57a
  ext_node_url_d0cb3ad7["node:url"] --> node_scaffold_ci_template_utils_1035b61c_0513532b
  ext_node_url_d0cb3ad7["node:url"] --> node_scaffold_governance_templates_5c949d24_3d624d65
  ext_node_url_d0cb3ad7["node:url"] --> node_scaffold_root_templates_61731280_c6c59378
  ext_node_url_d0cb3ad7["node:url"] --> node_scaffold_shell_templates_0ad0f915_ccc86664
  ext_node_url_d0cb3ad7["node:url"] --> node_scaffold_worktree_templates_66a38e9a_ff3c085c
  ext_node_url_d0cb3ad7["node:url"] --> node_test_harness_upgrade_matrix_84113c4e_e0838daa
  ext_node_url_d0cb3ad7["node:url"] --> node_ui_loop_internal_f2eb8892_c4b49e6a
  ext_node_url_d0cb3ad7["node:url"] --> node_version_5ca4f385_fd75945b
  ext_picomatch_2ebdbf14["picomatch"] --> node_detector_2_b0fc2f46_7ea6b320
  ext_picomatch_2ebdbf14["picomatch"] --> node_policy_823412d1_3bce1002
  ext_picomatch_2ebdbf14["picomatch"] --> node_resolver_439c3635_729842aa
  ext_picomatch_2ebdbf14["picomatch"] --> node_risk_tier_1_96b6ff91_19911c0e
  ext_semver_b4039641["semver"] --> node_check_environment_core_2c16213f_a8a456d9
  ext_semver_b4039641["semver"] --> node_doctor_tool_checks_4acac51a_9e791a28
  ext_semver_b4039641["semver"] --> node_migration_8a6cead4_3c3cc0a4
  ext_semver_b4039641["semver"] --> node_schema_migrate_c0646635_f0e7b25b
  ext_semver_b4039641["semver"] --> node_update_core_bced358c_b710dd59
  ext_semver_b4039641["semver"] --> node_upgrade_1_b277486e_4a06b7a8
  ext_semver_b4039641["semver"] --> node_validator_helpers_7b927667_8b691f8f
  ext_sqlite_vec_bae73cf2["sqlite-vec"] --> node_store_824d80d7_69038a3e
  ext_typescript_fb9da861["typescript"] --> node_check_code_size_9c5efc3a_154124ae
  ext_typescript_fb9da861["typescript"] --> node_check_public_api_docs_a9604f1b_f824853c
  ext_typescript_fb9da861["typescript"] --> node_check_self_affirming_tests_7638e575_c6155698
  ext_typescript_fb9da861["typescript"] --> node_source_outline_1_54a631fa_8582fb07
  ext_vitest_4c9cfa13["vitest"] --> node_vitest_e2e_config_4e2a61bc_3efa3f07
  style ext_better_sqlite3_d7ed8f1a fill:#f59e0b,color:#fff
  style ext_child_process_4845fa97 fill:#f59e0b,color:#fff
  style ext_diff_75a0ee1b fill:#f59e0b,color:#fff
  style ext_effect_68d1dae1 fill:#f59e0b,color:#fff
  style ext_fs_3f4bb586 fill:#f59e0b,color:#fff
  style ext_inquirer_prompts_4d547149 fill:#f59e0b,color:#fff
  style ext_lodash_901466a5 fill:#f59e0b,color:#fff
  style ext_node_child_process_f62b7d19 fill:#f59e0b,color:#fff
  style ext_node_crypto_c7dfc512 fill:#f59e0b,color:#fff
  style ext_node_dns_828a0bbf fill:#f59e0b,color:#fff
  style ext_node_fs_a15b7d96 fill:#f59e0b,color:#fff
  style ext_node_module_ca1b42af fill:#f59e0b,color:#fff
  style ext_node_os_d93fe73a fill:#f59e0b,color:#fff
  style ext_node_path_78811c13 fill:#f59e0b,color:#fff
  style ext_node_perf_hooks_906292ff fill:#f59e0b,color:#fff
  style ext_node_process_00cdf119 fill:#f59e0b,color:#fff
  style ext_node_readline_bb6096cc fill:#f59e0b,color:#fff
  style ext_node_url_d0cb3ad7 fill:#f59e0b,color:#fff
  style ext_octokit_plugin_retry_c9aecc53 fill:#f59e0b,color:#fff
  style ext_octokit_plugin_throttling_7909ece3 fill:#f59e0b,color:#fff
  style ext_octokit_request_error_98ae13cc fill:#f59e0b,color:#fff
  style ext_octokit_rest_c6e4d192 fill:#f59e0b,color:#fff
  style ext_picomatch_2ebdbf14 fill:#f59e0b,color:#fff
  style ext_semver_b4039641 fill:#f59e0b,color:#fff
  style ext_sqlite_vec_bae73cf2 fill:#f59e0b,color:#fff
  style ext_typescript_fb9da861 fill:#f59e0b,color:#fff
  style ext_vitest_4c9cfa13 fill:#f59e0b,color:#fff
